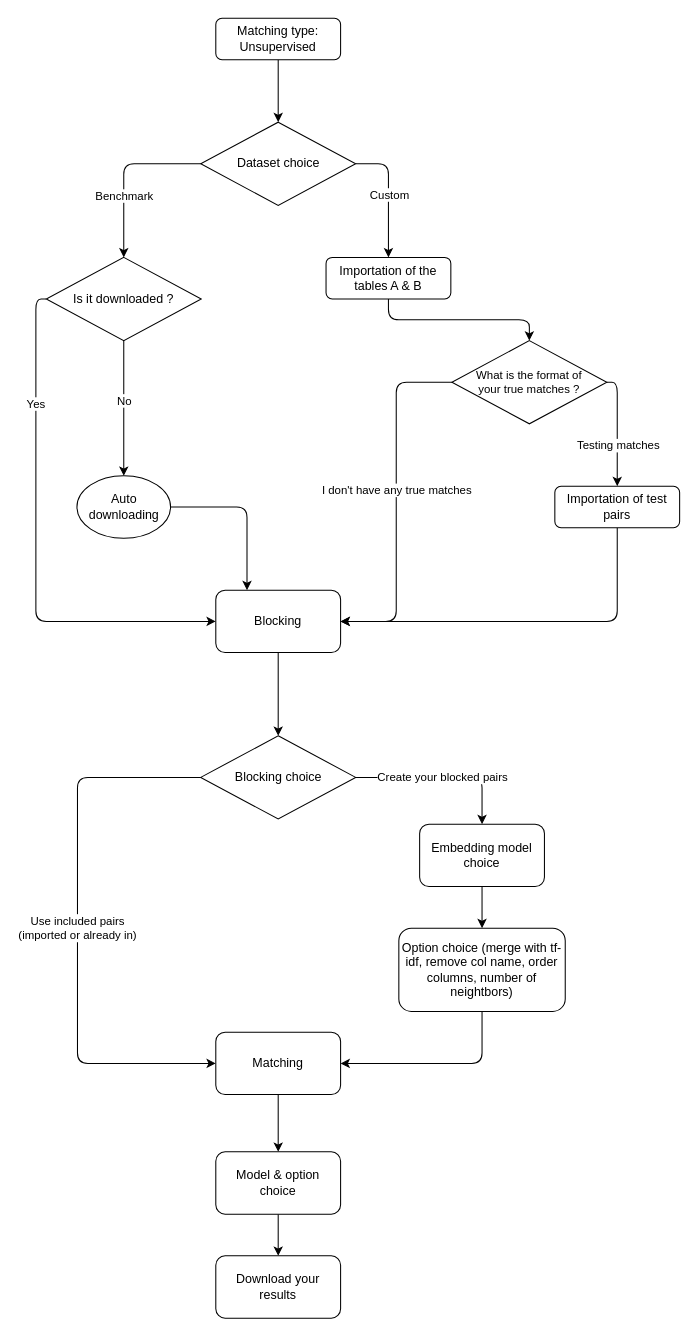
Earlier version of the draw.io diagram graphs/Unsupervised flow.drawio (ttperr/WavER). Source tidied: cells renumbered, new cells numbered last; positions are measured from the earlier drawing's top-left corner, leaving out a move shared by most shapes. Both pictures are drawn from the tidied source at 104%, with x=0, y=0 at pixel (46, 18).
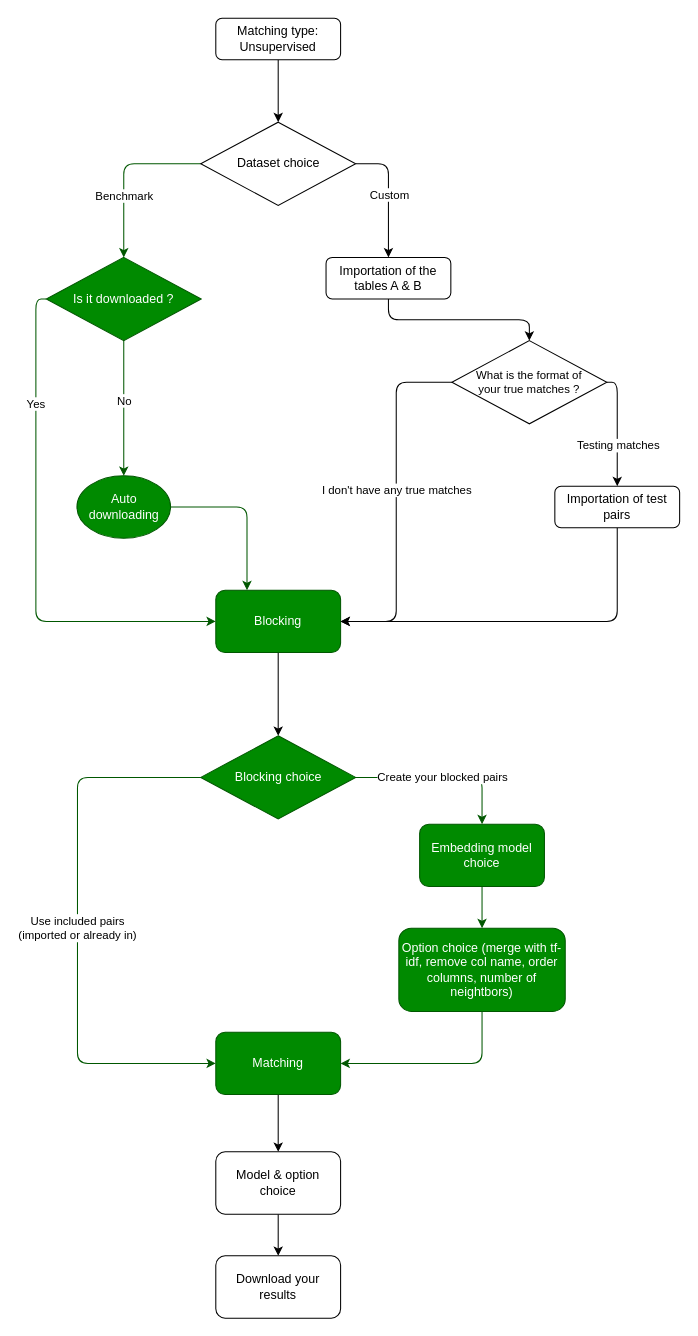
The same page after the edit.

Unchanged cells that the change refers to:
```xml
<mxCell id="38" value="Dataset choice" style="rhombus;whiteSpace=wrap;html=1;" parent="1" vertex="1">
  <mxGeometry x="148.5" y="100" width="149" height="80" as="geometry" />
</mxCell>
```

The edit, as a diff of the source:
```diff
@@
-    <mxCell id="4" style="endArrow=classic;html=1;exitX=0;exitY=0.5;exitDx=0;exitDy=0;entryX=0.5;entryY=0;entryDx=0;entryDy=0;edgeStyle=orthogonalEdgeStyle;" parent="1" edge="1" source="38" target="27">
+    <mxCell id="4" style="endArrow=classic;html=1;exitX=0;exitY=0.5;exitDx=0;exitDy=0;entryX=0.5;entryY=0;entryDx=0;entryDy=0;edgeStyle=orthogonalEdgeStyle;fillColor=#008a00;strokeColor=#005700;" parent="1" edge="1" source="38" target="27">
       <mxGeometry relative="1" as="geometry" />
     </mxCell>
@@
-    <mxCell id="6" value="No" style="edgeStyle=orthogonalEdgeStyle;html=1;exitX=0.5;exitY=1;exitDx=0;exitDy=0;entryX=0.5;entryY=0;entryDx=0;entryDy=0;" parent="1" edge="1" source="27" target="8">
+    <mxCell id="6" value="No" style="edgeStyle=orthogonalEdgeStyle;html=1;exitX=0.5;exitY=1;exitDx=0;exitDy=0;entryX=0.5;entryY=0;entryDx=0;entryDy=0;fillColor=#008a00;strokeColor=#005700;" parent="1" edge="1" source="27" target="8">
       <mxGeometry x="-0.11" relative="1" as="geometry" />
     </mxCell>
-    <mxCell id="7" style="edgeStyle=orthogonalEdgeStyle;html=1;exitX=1;exitY=0.5;exitDx=0;exitDy=0;entryX=0.25;entryY=0;entryDx=0;entryDy=0;" parent="1" edge="1" source="8" target="12">
+    <mxCell id="7" style="edgeStyle=orthogonalEdgeStyle;html=1;exitX=1;exitY=0.5;exitDx=0;exitDy=0;entryX=0.25;entryY=0;entryDx=0;entryDy=0;fillColor=#008a00;strokeColor=#005700;" parent="1" edge="1" source="8" target="12">
       <mxGeometry relative="1" as="geometry" />
     </mxCell>
-    <mxCell id="8" value="Auto downloading" style="ellipse;whiteSpace=wrap;html=1;" parent="1" vertex="1">
+    <mxCell id="8" value="Auto downloading" style="ellipse;whiteSpace=wrap;html=1;fillColor=#008a00;fontColor=#ffffff;strokeColor=#005700;" parent="1" vertex="1">
       <mxGeometry x="29.5" y="440" width="90" height="60" as="geometry" />
     </mxCell>
@@
-    <mxCell id="12" value="Blocking" style="rounded=1;whiteSpace=wrap;html=1;" parent="1" vertex="1">
+    <mxCell id="12" value="Blocking" style="rounded=1;whiteSpace=wrap;html=1;fillColor=#008a00;fontColor=#ffffff;strokeColor=#005700;" parent="1" vertex="1">
       <mxGeometry x="163" y="550" width="120" height="60" as="geometry" />
     </mxCell>
-    <mxCell id="13" style="edgeStyle=orthogonalEdgeStyle;html=1;exitX=0;exitY=0.5;exitDx=0;exitDy=0;entryX=0;entryY=0.5;entryDx=0;entryDy=0;" parent="1" edge="1" source="37" target="17">
+    <mxCell id="13" style="edgeStyle=orthogonalEdgeStyle;html=1;exitX=0;exitY=0.5;exitDx=0;exitDy=0;entryX=0;entryY=0.5;entryDx=0;entryDy=0;fillColor=#008a00;strokeColor=#005700;" parent="1" edge="1" source="37" target="17">
       <mxGeometry relative="1" as="geometry">
         <Array as="points">
           <mxPoint x="89" y="730" />
           <mxPoint x="30" y="730" />
           <mxPoint x="30" y="1005" />
         </Array>
       </mxGeometry>
     </mxCell>
@@
-    <mxCell id="15" value="Create your blocked pairs" style="edgeStyle=orthogonalEdgeStyle;html=1;exitX=1;exitY=0.5;exitDx=0;exitDy=0;entryX=0.5;entryY=0;entryDx=0;entryDy=0;" parent="1" edge="1" source="37" target="19">
+    <mxCell id="15" value="Create your blocked pairs" style="edgeStyle=orthogonalEdgeStyle;html=1;exitX=1;exitY=0.5;exitDx=0;exitDy=0;entryX=0.5;entryY=0;entryDx=0;entryDy=0;fillColor=#008a00;strokeColor=#005700;" parent="1" edge="1" source="37" target="19">
       <mxGeometry relative="1" as="geometry" />
     </mxCell>
@@
-    <mxCell id="17" value="Matching" style="whiteSpace=wrap;html=1;rounded=1;" parent="1" vertex="1">
+    <mxCell id="17" value="Matching" style="whiteSpace=wrap;html=1;rounded=1;fillColor=#008a00;fontColor=#ffffff;strokeColor=#005700;" parent="1" vertex="1">
       <mxGeometry x="163" y="975" width="120" height="60" as="geometry" />
     </mxCell>
-    <mxCell id="18" style="edgeStyle=orthogonalEdgeStyle;html=1;" parent="1" edge="1" source="19" target="21">
+    <mxCell id="18" style="edgeStyle=orthogonalEdgeStyle;html=1;fillColor=#008a00;strokeColor=#005700;" parent="1" edge="1" source="19" target="21">
       <mxGeometry relative="1" as="geometry" />
     </mxCell>
-    <mxCell id="19" value="Embedding model choice" style="rounded=1;whiteSpace=wrap;html=1;" parent="1" vertex="1">
+    <mxCell id="19" value="Embedding model choice" style="rounded=1;whiteSpace=wrap;html=1;fillColor=#008a00;fontColor=#ffffff;strokeColor=#005700;" parent="1" vertex="1">
       <mxGeometry x="359" y="775" width="120" height="60" as="geometry" />
     </mxCell>
-    <mxCell id="20" style="edgeStyle=orthogonalEdgeStyle;html=1;exitX=0.5;exitY=1;exitDx=0;exitDy=0;entryX=1;entryY=0.5;entryDx=0;entryDy=0;" parent="1" edge="1" source="21" target="17">
+    <mxCell id="20" style="edgeStyle=orthogonalEdgeStyle;html=1;exitX=0.5;exitY=1;exitDx=0;exitDy=0;entryX=1;entryY=0.5;entryDx=0;entryDy=0;fillColor=#008a00;strokeColor=#005700;" parent="1" edge="1" source="21" target="17">
       <mxGeometry relative="1" as="geometry" />
     </mxCell>
-    <mxCell id="21" value="Option choice (merge with tf-idf, remove col name, order columns, number of neightbors)" style="whiteSpace=wrap;html=1;rounded=1;" parent="1" vertex="1">
+    <mxCell id="21" value="Option choice (merge with tf-idf, remove col name, order columns, number of neightbors)" style="whiteSpace=wrap;html=1;rounded=1;fillColor=#008a00;fontColor=#ffffff;strokeColor=#005700;" parent="1" vertex="1">
       <mxGeometry x="339" y="875" width="160" height="80" as="geometry" />
     </mxCell>
@@
-    <mxCell id="25" style="edgeStyle=orthogonalEdgeStyle;html=1;exitX=0;exitY=0.5;exitDx=0;exitDy=0;entryX=0;entryY=0.5;entryDx=0;entryDy=0;fontSize=11;" parent="1" edge="1" source="27" target="12">
+    <mxCell id="25" style="edgeStyle=orthogonalEdgeStyle;html=1;exitX=0;exitY=0.5;exitDx=0;exitDy=0;entryX=0;entryY=0.5;entryDx=0;entryDy=0;fontSize=11;fillColor=#008a00;strokeColor=#005700;" parent="1" edge="1" source="27" target="12">
       <mxGeometry relative="1" as="geometry" />
     </mxCell>
@@
-    <mxCell id="27" value="Is it downloaded ?" style="rhombus;whiteSpace=wrap;html=1;" parent="1" vertex="1">
+    <mxCell id="27" value="Is it downloaded ?" style="rhombus;whiteSpace=wrap;html=1;fillColor=#008a00;fontColor=#ffffff;strokeColor=#005700;" parent="1" vertex="1">
       <mxGeometry y="230" width="149" height="80" as="geometry" />
     </mxCell>
@@
-    <mxCell id="37" value="Blocking choice" style="rhombus;whiteSpace=wrap;html=1;" parent="1" vertex="1">
+    <mxCell id="37" value="Blocking choice" style="rhombus;whiteSpace=wrap;html=1;fillColor=#008a00;fontColor=#ffffff;strokeColor=#005700;" parent="1" vertex="1">
       <mxGeometry x="148.5" y="690" width="149" height="80" as="geometry" />
     </mxCell>
```
